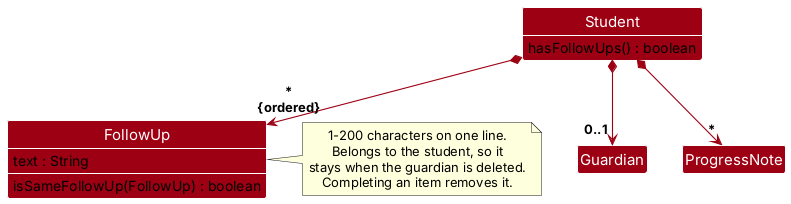
Before: docs/images/FollowUpClassDiagram.png, a diagram exported from PlantUML (AY2627S1-CS2103T-F13-4/tp).
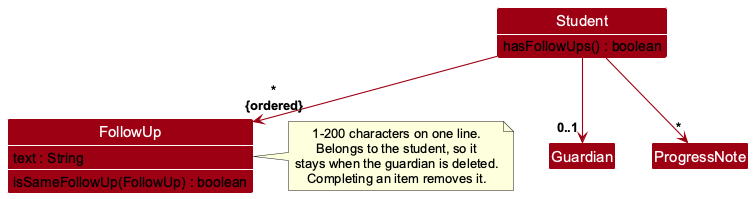
Above is the later version.

The edit, as a diff of the source:
```diff
@@ -1,4 +1,5 @@
 @startuml
+skinparamlocked defaultFontName Arial
 !include style.puml
 skinparam arrowThickness 1.1
 skinparam arrowColor MODEL_COLOR
@@ -15,9 +16,9 @@
 show Student methods
 show FollowUp members
 
-Student *--> "0..1" Guardian
-Student *--> "*" ProgressNote
-Student *--> "*\n{ordered}" FollowUp
+Student --> "0..1" Guardian
+Student --> "*" ProgressNote
+Student --> "*\n{ordered}" FollowUp
 
 note right of FollowUp
   1-200 characters on one line.
```
